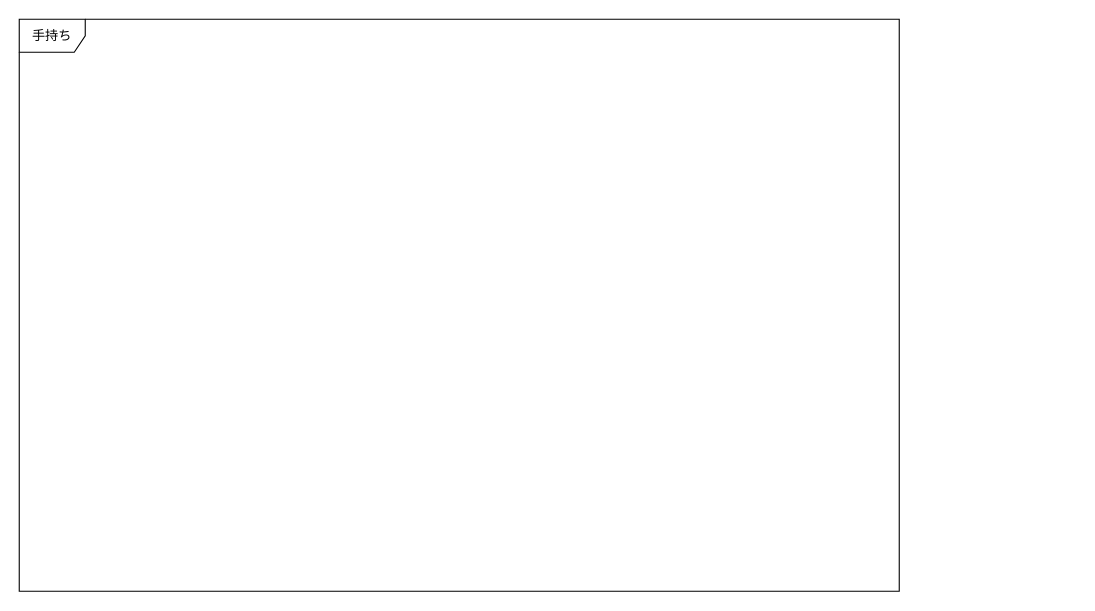
Above: page "手持ち" (3 of 4) of docs/UML/シーケンス図.drawio in ayumu203/poke-clone-v3 (draw.io), before the change. Source tidied: cells renumbered, new cells numbered last; positions are measured from the earlier drawing's top-left corner, leaving out a move shared by most shapes. Both pictures are drawn from the tidied source at 110%, with x=0, y=0 at pixel (19, 19).
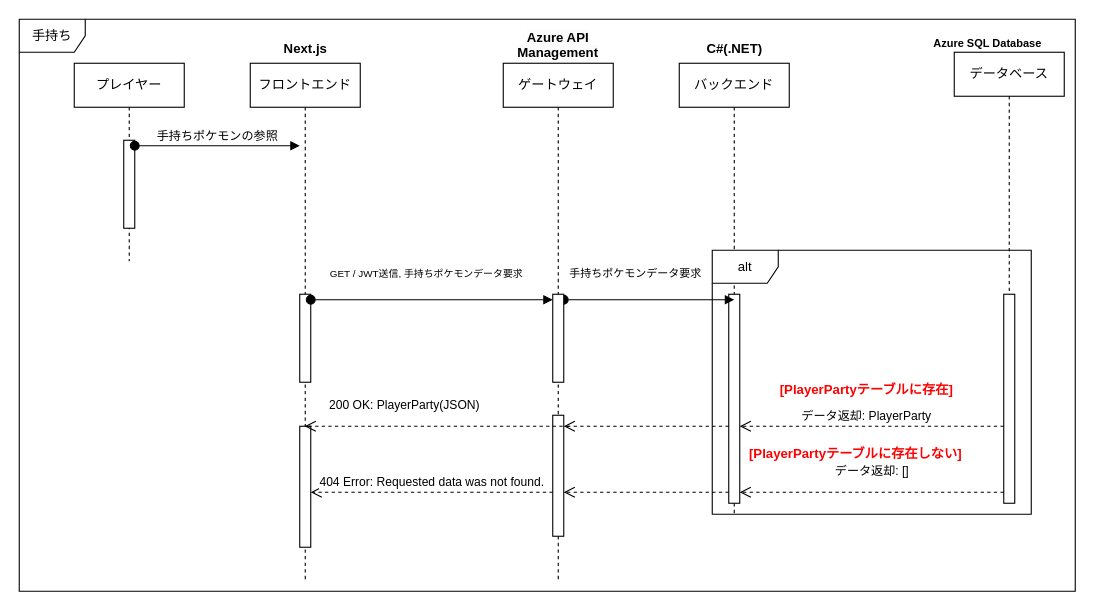
Above is the later version.

Diff of the diagram source:
```diff
@@
-    <mxCell id="2" value="手持ち" style="shape=umlFrame;whiteSpace=wrap;html=1;" parent="1" vertex="1">
-      <mxGeometry width="800" height="520" as="geometry" />
+    <mxCell id="2" value="&lt;div&gt;手持ち&lt;/div&gt;" style="shape=umlFrame;whiteSpace=wrap;html=1;" parent="1" vertex="1">
+      <mxGeometry width="960" height="520" as="geometry" />
     </mxCell>
+    <mxCell id="3" value="プレイヤー" style="shape=umlLifeline;perimeter=lifelinePerimeter;whiteSpace=wrap;html=1;newEdgeStyle={&quot;curved&quot;:0,&quot;rounded&quot;:0};" parent="1" vertex="1">
+      <mxGeometry x="50" y="40" width="100" height="180" as="geometry" />
+    </mxCell>
+    <mxCell id="4" style="html=1;points=[[0,0,0,0,5],[0,1,0,0,-5],[1,0,0,0,5],[1,1,0,0,-5]];perimeter=orthogonalPerimeter;outlineConnect=0;targetShapes=umlLifeline;portConstraint=eastwest;newEdgeStyle={&quot;curved&quot;:0,&quot;rounded&quot;:0};" parent="3" vertex="1">
+      <mxGeometry x="45" y="70" width="10" height="80" as="geometry" />
+    </mxCell>
+    <mxCell id="5" value="フロントエンド" style="shape=umlLifeline;perimeter=lifelinePerimeter;whiteSpace=wrap;html=1;newEdgeStyle={&quot;curved&quot;:0,&quot;rounded&quot;:0};" parent="1" vertex="1">
+      <mxGeometry x="210" y="40" width="100" height="470" as="geometry" />
+    </mxCell>
+    <mxCell id="6" style="html=1;perimeter=orthogonalPerimeter;targetShapes=umlLifeline;newEdgeStyle={&quot;curved&quot;:0,&quot;rounded&quot;:0};" parent="5" vertex="1">
+      <mxGeometry x="45" y="330" width="10" height="110" as="geometry" />
+    </mxCell>
+    <mxCell id="7" value="手持ちポケモンの参照" style="html=1;verticalAlign=bottom;startArrow=oval;endArrow=block;startSize=8;curved=0;rounded=0;entryX=0;entryY=0;entryDx=0;entryDy=5;" parent="1" edge="1" source="4">
+      <mxGeometry relative="1" as="geometry">
+        <mxPoint x="255" y="115" as="targetPoint" />
+      </mxGeometry>
+    </mxCell>
+    <mxCell id="8" value="Next.js" style="text;align=center;fontStyle=1;verticalAlign=middle;spacingLeft=3;spacingRight=3;strokeColor=none;html=1;" parent="1" vertex="1">
+      <mxGeometry x="210" y="14" width="100" height="26" as="geometry" />
+    </mxCell>
+    <mxCell id="9" value="バックエンド" style="shape=umlLifeline;perimeter=lifelinePerimeter;whiteSpace=wrap;html=1;newEdgeStyle={&quot;curved&quot;:0,&quot;rounded&quot;:0};" parent="1" vertex="1">
+      <mxGeometry x="600" y="40" width="100" height="410" as="geometry" />
+    </mxCell>
+    <mxCell id="10" value="C#(.NET)" style="text;align=center;fontStyle=1;verticalAlign=middle;spacingLeft=3;spacingRight=3;strokeColor=none;html=1;" parent="1" vertex="1">
+      <mxGeometry x="600" y="14" width="100" height="26" as="geometry" />
+    </mxCell>
+    <mxCell id="11" style="html=1;perimeter=orthogonalPerimeter;targetShapes=umlLifeline;newEdgeStyle={&quot;curved&quot;:0,&quot;rounded&quot;:0};" parent="1" vertex="1">
+      <mxGeometry x="645" y="250" width="10" height="190" as="geometry" />
+    </mxCell>
+    <mxCell id="12" value="データベース" style="shape=umlLifeline;perimeter=lifelinePerimeter;whiteSpace=wrap;html=1;newEdgeStyle={&quot;curved&quot;:0,&quot;rounded&quot;:0};" parent="1" vertex="1">
+      <mxGeometry x="850" y="30" width="100" height="410" as="geometry" />
+    </mxCell>
+    <mxCell id="13" style="html=1;points=[[0,0,0,0,5],[0,1,0,0,-5],[1,0,0,0,5],[1,1,0,0,-5]];perimeter=orthogonalPerimeter;outlineConnect=0;targetShapes=umlLifeline;portConstraint=eastwest;newEdgeStyle={&quot;curved&quot;:0,&quot;rounded&quot;:0};" parent="12" vertex="1">
+      <mxGeometry x="45" y="220" width="10" height="190" as="geometry" />
+    </mxCell>
+    <mxCell id="14" value="&lt;font style=&quot;font-size: 10px;&quot;&gt;Azure SQL Database&lt;/font&gt;" style="text;align=center;fontStyle=1;verticalAlign=middle;spacingLeft=3;spacingRight=3;strokeColor=none;html=1;" parent="1" vertex="1">
+      <mxGeometry x="830" y="8.5" width="100" height="26" as="geometry" />
+    </mxCell>
+    <mxCell id="15" value="alt" style="shape=umlFrame;whiteSpace=wrap;html=1;" parent="1" vertex="1">
+      <mxGeometry x="630" y="210" width="290" height="240" as="geometry" />
+    </mxCell>
+    <mxCell id="16" value="&lt;div&gt;&lt;font style=&quot;color: rgb(255, 0, 0);&quot;&gt;[PlayerPartyテーブルに存在]&lt;/font&gt;&lt;/div&gt;" style="text;align=center;fontStyle=1;verticalAlign=middle;spacingLeft=3;spacingRight=3;strokeColor=none;html=1;" parent="1" vertex="1">
+      <mxGeometry x="730" y="324" width="80" height="26" as="geometry" />
+    </mxCell>
+    <mxCell id="17" value="データ返却: PlayerParty" style="html=1;verticalAlign=bottom;endArrow=open;dashed=1;endSize=8;curved=0;rounded=0;" parent="1" edge="1" source="13">
+      <mxGeometry x="0.05" relative="1" as="geometry">
+        <mxPoint x="655" y="370" as="targetPoint" />
+        <mxPoint x="1" as="offset" />
+      </mxGeometry>
+    </mxCell>
+    <mxCell id="18" value="&lt;div&gt;&lt;font style=&quot;color: rgb(255, 0, 0);&quot;&gt;[PlayerPartyテーブルに存在しない]&lt;/font&gt;&lt;/div&gt;" style="text;align=center;fontStyle=1;verticalAlign=middle;spacingLeft=3;spacingRight=3;strokeColor=none;html=1;" parent="1" vertex="1">
+      <mxGeometry x="720" y="382" width="80" height="26" as="geometry" />
+    </mxCell>
+    <mxCell id="19" value="データ返却: []" style="html=1;verticalAlign=bottom;endArrow=open;dashed=1;endSize=8;curved=0;rounded=0;" parent="1" edge="1" source="13">
+      <mxGeometry y="-10" relative="1" as="geometry">
+        <mxPoint x="655" y="430" as="targetPoint" />
+      </mxGeometry>
+    </mxCell>
+    <mxCell id="20" value="&lt;span style=&quot;font-size: 10px; background-color: light-dark(#ffffff, var(--ge-dark-color, #121212)); color: light-dark(rgb(0, 0, 0), rgb(255, 255, 255));&quot;&gt;手持ちポケモンデータ要求&lt;/span&gt;" style="html=1;verticalAlign=bottom;startArrow=oval;endArrow=block;startSize=8;curved=0;rounded=0;exitX=1;exitY=0;exitDx=0;exitDy=5;exitPerimeter=0;" parent="1" edge="1" source="23">
+      <mxGeometry x="-0.16" y="15" relative="1" as="geometry">
+        <mxPoint x="650" y="255" as="targetPoint" />
+      </mxGeometry>
+    </mxCell>
+    <mxCell id="21" value="ゲートウェイ" style="shape=umlLifeline;perimeter=lifelinePerimeter;whiteSpace=wrap;html=1;newEdgeStyle={&quot;curved&quot;:0,&quot;rounded&quot;:0};" parent="1" vertex="1">
+      <mxGeometry x="440" y="40" width="100" height="470" as="geometry" />
+    </mxCell>
+    <mxCell id="22" style="html=1;points=[[0,0,0,0,5],[0,1,0,0,-5],[1,0,0,0,5],[1,1,0,0,-5]];perimeter=orthogonalPerimeter;outlineConnect=0;targetShapes=umlLifeline;portConstraint=eastwest;newEdgeStyle={&quot;curved&quot;:0,&quot;rounded&quot;:0};" parent="21" vertex="1">
+      <mxGeometry x="-185" y="210" width="10" height="80" as="geometry" />
+    </mxCell>
+    <mxCell id="23" style="html=1;points=[[0,0,0,0,5],[0,1,0,0,-5],[1,0,0,0,5],[1,1,0,0,-5]];perimeter=orthogonalPerimeter;outlineConnect=0;targetShapes=umlLifeline;portConstraint=eastwest;newEdgeStyle={&quot;curved&quot;:0,&quot;rounded&quot;:0};" parent="21" vertex="1">
+      <mxGeometry x="45" y="210" width="10" height="80" as="geometry" />
+    </mxCell>
+    <mxCell id="24" value="&lt;font style=&quot;font-size: 9px;&quot;&gt;GET / JWT送信, 手持ちポケモンデータ要求&lt;/font&gt;" style="html=1;verticalAlign=bottom;startArrow=oval;endArrow=block;startSize=8;curved=0;rounded=0;entryX=0;entryY=0;entryDx=0;entryDy=5;" parent="21" edge="1" source="22" target="23">
+      <mxGeometry x="-0.05" y="15" relative="1" as="geometry">
+        <Array as="points">
+          <mxPoint x="-30" y="215" />
+        </Array>
+      </mxGeometry>
+    </mxCell>
+    <mxCell id="25" style="html=1;perimeter=orthogonalPerimeter;targetShapes=umlLifeline;newEdgeStyle={&quot;curved&quot;:0,&quot;rounded&quot;:0};" parent="21" vertex="1">
+      <mxGeometry x="45" y="320" width="10" height="110" as="geometry" />
+    </mxCell>
+    <mxCell id="26" value="&lt;span style=&quot;color: rgb(0, 0, 0); font-family: Helvetica; font-size: 12px; font-style: normal; font-variant-ligatures: normal; font-variant-caps: normal; letter-spacing: normal; orphans: 2; text-indent: 0px; text-transform: none; widows: 2; word-spacing: 0px; -webkit-text-stroke-width: 0px; white-space: normal; background-color: rgb(251, 251, 251); text-decoration-thickness: initial; text-decoration-style: initial; text-decoration-color: initial; float: none; display: inline !important;&quot;&gt;&lt;b&gt;Azure API Management&lt;/b&gt;&lt;/span&gt;" style="text;whiteSpace=wrap;html=1;align=center;" parent="1" vertex="1">
+      <mxGeometry x="440" y="3" width="100" height="37" as="geometry" />
+    </mxCell>
+    <mxCell id="27" style="html=1;verticalAlign=bottom;endArrow=open;dashed=1;endSize=8;curved=0;rounded=0;" parent="1" edge="1">
+      <mxGeometry y="-10" relative="1" as="geometry">
+        <mxPoint x="645" y="370" as="sourcePoint" />
+        <mxPoint x="495" y="370" as="targetPoint" />
+      </mxGeometry>
+    </mxCell>
+    <mxCell id="28" value="200 OK: PlayerParty(JSON)" style="html=1;verticalAlign=bottom;endArrow=open;dashed=1;endSize=8;curved=0;rounded=0;" parent="1" edge="1">
+      <mxGeometry x="0.25" y="-10" relative="1" as="geometry">
+        <mxPoint x="500" y="370" as="sourcePoint" />
+        <mxPoint x="259.5" y="370" as="targetPoint" />
+      </mxGeometry>
+    </mxCell>
+    <mxCell id="29" value="404 Error: Requested data was not found." style="html=1;verticalAlign=bottom;endArrow=open;dashed=1;endSize=8;curved=0;rounded=0;" parent="1" edge="1">
+      <mxGeometry relative="1" as="geometry">
+        <mxPoint x="485" y="430" as="sourcePoint" />
+        <mxPoint x="265" y="430" as="targetPoint" />
+      </mxGeometry>
+    </mxCell>
+    <mxCell id="30" style="html=1;verticalAlign=bottom;endArrow=open;dashed=1;endSize=8;curved=0;rounded=0;" parent="1" edge="1">
+      <mxGeometry relative="1" as="geometry">
+        <mxPoint x="645" y="430" as="sourcePoint" />
+        <mxPoint x="495" y="430" as="targetPoint" />
+      </mxGeometry>
+    </mxCell>
```
